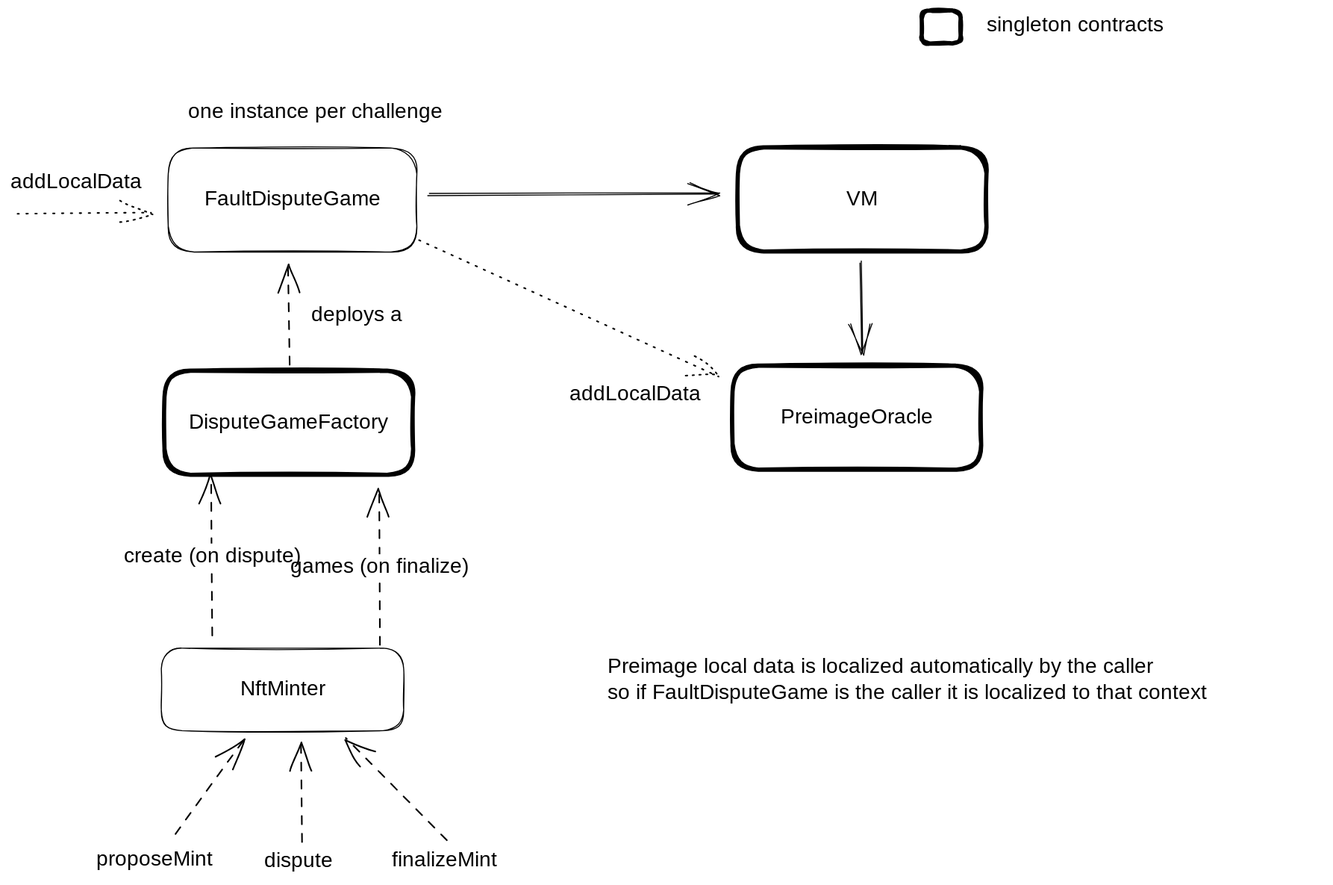
willemolding/ProofBoy keeps this Excalidraw diagram as docs/contract-architecture.excalidraw.svg. Above is the earlier version. Source tidied: one line per element, renumbered; positions are measured from the earlier drawing's top-left corner, leaving out a move shared by most shapes. Source of this version:
```json
{"id": 0, "type": "rectangle", "strokeColor": "#000000", "strokeWidth": 4, "roughness": 1, "round": true, "x": 147, "y": 345, "width": 238, "height": 100}
{"id": 1, "type": "text", "text": "DisputeGameFactory", "strokeColor": "#000000", "strokeWidth": 1, "roughness": 1, "fontSize": 20, "fontFamily": 1, "textAlign": "center", "verticalAlign": "middle", "inside": 0, "x": 165, "y": 382, "width": 202, "height": 25}
{"id": 2, "type": "rectangle", "strokeColor": "#000000", "strokeWidth": 1, "roughness": 1, "round": true, "x": 151, "y": 132, "width": 238, "height": 100}
{"id": 3, "type": "text", "text": "FaultDisputeGame", "strokeColor": "#000000", "strokeWidth": 1, "roughness": 1, "fontSize": 20, "fontFamily": 1, "textAlign": "center", "verticalAlign": "middle", "inside": 2, "x": 180, "y": 169, "width": 180, "height": 25}
{"id": 4, "type": "arrow", "strokeColor": "#000000", "strokeWidth": 1, "strokeStyle": "dashed", "roughness": 1, "endArrowhead": "arrow", "round": true, "from": 0, "to": 2, "x": 266, "y": 339, "width": 1, "height": 97, "points": [[0, 0], [-1, -97]]}
{"id": 5, "type": "text", "text": "deploys a", "strokeColor": "#000000", "strokeWidth": 1, "strokeStyle": "dashed", "roughness": 1, "fontSize": 20, "fontFamily": 1, "x": 287, "y": 279, "width": 92, "height": 25}
{"id": 6, "type": "rectangle", "strokeColor": "#000000", "strokeWidth": 4, "roughness": 1, "round": true, "x": 696, "y": 131, "width": 238, "height": 100}
{"id": 7, "type": "text", "text": "VM", "strokeColor": "#000000", "strokeWidth": 1, "roughness": 1, "fontSize": 20, "fontFamily": 1, "textAlign": "center", "verticalAlign": "middle", "inside": 6, "x": 802, "y": 168, "width": 26, "height": 25}
{"id": 8, "type": "arrow", "strokeColor": "#000000", "strokeWidth": 1, "roughness": 1, "endArrowhead": "arrow", "round": true, "from": 2, "to": 6, "x": 401, "y": 176, "width": 278, "height": 0, "points": [[0, 0], [278, 0]]}
{"id": 9, "type": "rectangle", "strokeColor": "#000000", "strokeWidth": 4, "roughness": 1, "round": true, "x": 691, "y": 340, "width": 238, "height": 100}
{"id": 10, "type": "text", "text": "PreimageOracle", "strokeColor": "#000000", "strokeWidth": 1, "roughness": 1, "fontSize": 20, "fontFamily": 1, "textAlign": "center", "verticalAlign": "middle", "inside": 9, "x": 737, "y": 377, "width": 147, "height": 25}
{"id": 11, "type": "arrow", "strokeColor": "#000000", "strokeWidth": 1, "roughness": 1, "endArrowhead": "arrow", "round": true, "from": 6, "to": 9, "x": 814, "y": 241, "width": 2, "height": 86, "points": [[0, 0], [2, 86]]}
{"id": 12, "type": "text", "text": "one instance per challenge", "strokeColor": "#000000", "strokeWidth": 2, "roughness": 1, "fontSize": 20, "fontFamily": 1, "x": 170, "y": 85, "width": 255, "height": 25}
{"id": 13, "type": "rectangle", "strokeColor": "#000000", "strokeWidth": 4, "roughness": 1, "round": true, "x": 872, "y": 0, "width": 37, "height": 32}
{"id": 14, "type": "text", "text": "singleton contracts", "strokeColor": "#000000", "strokeWidth": 4, "roughness": 1, "fontSize": 20, "fontFamily": 1, "x": 934, "y": 2, "width": 188, "height": 25}
{"id": 15, "type": "text", "text": "addLocalData", "strokeColor": "#000000", "strokeWidth": 4, "roughness": 1, "fontSize": 20, "fontFamily": 1, "x": 0, "y": 152, "width": 141, "height": 25}
{"id": 16, "type": "arrow", "strokeColor": "#000000", "strokeWidth": 1, "strokeStyle": "dotted", "roughness": 1, "endArrowhead": "arrow", "round": true, "from": 2, "to": 9, "x": 391, "y": 221, "width": 286, "height": 128, "points": [[0, 0], [286, 128]]}
{"id": 17, "type": "text", "text": "addLocalData", "strokeColor": "#000000", "strokeWidth": 4, "roughness": 1, "fontSize": 20, "fontFamily": 1, "x": 535, "y": 355, "width": 141, "height": 25}
{"id": 18, "type": "arrow", "strokeColor": "#000000", "strokeWidth": 1, "strokeStyle": "dotted", "roughness": 1, "endArrowhead": "arrow", "round": true, "to": 2, "x": 6, "y": 195, "width": 129, "height": 1, "points": [[0, 0], [129, -1]]}
{"id": 19, "type": "text", "text": "Preimage local data is localized automatically by the caller\nso if FaultDisputeGame is the caller it is localized to that context", "strokeColor": "#000000", "strokeWidth": 1, "strokeStyle": "dotted", "roughness": 1, "fontSize": 20, "fontFamily": 1, "x": 571, "y": 616, "width": 684, "height": 50}
{"id": 20, "type": "rectangle", "strokeColor": "#000000", "strokeWidth": 1, "roughness": 1, "round": true, "x": 144, "y": 610, "width": 232, "height": 79}
{"id": 21, "type": "text", "text": "NftMinter", "strokeColor": "#000000", "strokeWidth": 1, "roughness": 1, "fontSize": 20, "fontFamily": 1, "textAlign": "center", "verticalAlign": "middle", "inside": 20, "x": 213, "y": 637, "width": 94, "height": 25}
{"id": 22, "type": "arrow", "strokeColor": "#000000", "strokeWidth": 1, "strokeStyle": "dashed", "roughness": 1, "endArrowhead": "arrow", "round": true, "from": 23, "to": 20, "x": 159, "y": 789, "width": 65, "height": 89, "points": [[0, 0], [65, -89]]}
{"id": 23, "type": "text", "text": "proposeMint", "strokeColor": "#000000", "strokeWidth": 1, "strokeStyle": "dashed", "roughness": 1, "fontSize": 20, "fontFamily": 1, "x": 82, "y": 800, "width": 113, "height": 25}
{"id": 24, "type": "text", "text": "dispute", "strokeColor": "#000000", "strokeWidth": 1, "strokeStyle": "dashed", "roughness": 1, "fontSize": 20, "fontFamily": 1, "x": 242, "y": 802, "width": 70, "height": 25}
{"id": 25, "type": "text", "text": "finalizeMint", "strokeColor": "#000000", "strokeWidth": 1, "strokeStyle": "dashed", "roughness": 1, "fontSize": 20, "fontFamily": 1, "x": 365, "y": 801, "width": 109, "height": 25}
{"id": 26, "type": "arrow", "strokeColor": "#000000", "strokeWidth": 1, "strokeStyle": "dashed", "roughness": 1, "endArrowhead": "arrow", "round": true, "from": 24, "to": 20, "x": 280, "y": 796, "width": 2, "height": 96, "points": [[0, 0], [-2, -96]]}
{"id": 27, "type": "arrow", "strokeColor": "#000000", "strokeWidth": 1, "strokeStyle": "dashed", "roughness": 1, "endArrowhead": "arrow", "round": true, "from": 25, "to": 20, "x": 418, "y": 793, "width": 97, "height": 96, "points": [[0, 0], [-97, -96]]}
{"id": 28, "type": "arrow", "strokeColor": "#000000", "strokeWidth": 1, "strokeStyle": "dashed", "roughness": 1, "endArrowhead": "arrow", "round": true, "from": 20, "to": 0, "x": 193, "y": 599, "width": 1, "height": 153, "points": [[0, 0], [-1, -153]]}
{"id": 29, "type": "text", "text": "create (on dispute)", "strokeColor": "#000000", "strokeWidth": 1, "strokeStyle": "dashed", "roughness": 1, "fontSize": 20, "fontFamily": 1, "textAlign": "center", "verticalAlign": "middle", "inside": 28, "x": 98, "y": 510, "width": 191, "height": 25}
{"id": 30, "type": "arrow", "strokeColor": "#000000", "strokeWidth": 1, "strokeStyle": "dashed", "roughness": 1, "endArrowhead": "arrow", "round": true, "from": 20, "to": 0, "x": 354, "y": 608, "width": 0, "height": 150, "points": [[0, 0], [0, -150]]}
{"id": 31, "type": "text", "text": "games (on finalize)", "strokeColor": "#000000", "strokeWidth": 1, "strokeStyle": "dashed", "roughness": 1, "fontSize": 20, "fontFamily": 1, "textAlign": "center", "verticalAlign": "middle", "inside": 30, "x": 262, "y": 520, "width": 182, "height": 25}
```
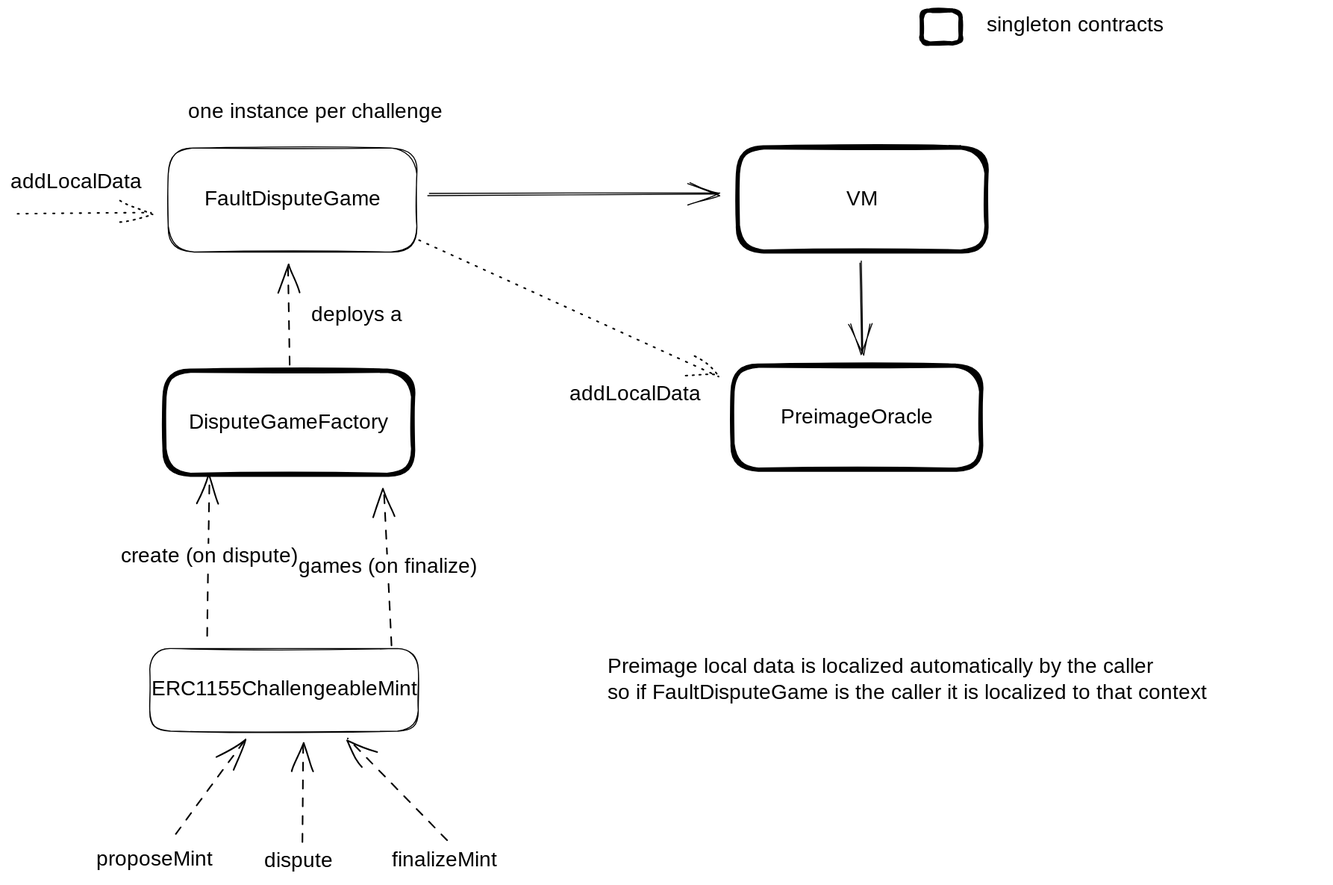
Later version of the same file.

Diff of the diagram source:
```diff
@@ -18,15 +18,15 @@
 {"id": 17, "type": "text", "text": "addLocalData", "strokeColor": "#000000", "strokeWidth": 4, "roughness": 1, "fontSize": 20, "fontFamily": 1, "x": 535, "y": 355, "width": 141, "height": 25}
 {"id": 18, "type": "arrow", "strokeColor": "#000000", "strokeWidth": 1, "strokeStyle": "dotted", "roughness": 1, "endArrowhead": "arrow", "round": true, "to": 2, "x": 6, "y": 195, "width": 129, "height": 1, "points": [[0, 0], [129, -1]]}
 {"id": 19, "type": "text", "text": "Preimage local data is localized automatically by the caller\nso if FaultDisputeGame is the caller it is localized to that context", "strokeColor": "#000000", "strokeWidth": 1, "strokeStyle": "dotted", "roughness": 1, "fontSize": 20, "fontFamily": 1, "x": 571, "y": 616, "width": 684, "height": 50}
-{"id": 20, "type": "rectangle", "strokeColor": "#000000", "strokeWidth": 1, "roughness": 1, "round": true, "x": 144, "y": 610, "width": 232, "height": 79}
+{"id": 20, "type": "rectangle", "strokeColor": "#000000", "strokeWidth": 1, "roughness": 1, "round": true, "x": 133, "y": 610, "width": 257, "height": 79}
-{"id": 21, "type": "text", "text": "NftMinter", "strokeColor": "#000000", "strokeWidth": 1, "roughness": 1, "fontSize": 20, "fontFamily": 1, "textAlign": "center", "verticalAlign": "middle", "inside": 20, "x": 213, "y": 637, "width": 94, "height": 25}
+{"id": 21, "type": "text", "text": "ERC1155ChallengeableMint", "strokeColor": "#000000", "strokeWidth": 1, "roughness": 1, "fontSize": 20, "fontFamily": 1, "textAlign": "center", "verticalAlign": "middle", "inside": 20, "x": 140, "y": 637, "width": 243, "height": 25}
 {"id": 22, "type": "arrow", "strokeColor": "#000000", "strokeWidth": 1, "strokeStyle": "dashed", "roughness": 1, "endArrowhead": "arrow", "round": true, "from": 23, "to": 20, "x": 159, "y": 789, "width": 65, "height": 89, "points": [[0, 0], [65, -89]]}
 {"id": 23, "type": "text", "text": "proposeMint", "strokeColor": "#000000", "strokeWidth": 1, "strokeStyle": "dashed", "roughness": 1, "fontSize": 20, "fontFamily": 1, "x": 82, "y": 800, "width": 113, "height": 25}
 {"id": 24, "type": "text", "text": "dispute", "strokeColor": "#000000", "strokeWidth": 1, "strokeStyle": "dashed", "roughness": 1, "fontSize": 20, "fontFamily": 1, "x": 242, "y": 802, "width": 70, "height": 25}
 {"id": 25, "type": "text", "text": "finalizeMint", "strokeColor": "#000000", "strokeWidth": 1, "strokeStyle": "dashed", "roughness": 1, "fontSize": 20, "fontFamily": 1, "x": 365, "y": 801, "width": 109, "height": 25}
-{"id": 26, "type": "arrow", "strokeColor": "#000000", "strokeWidth": 1, "strokeStyle": "dashed", "roughness": 1, "endArrowhead": "arrow", "round": true, "from": 24, "to": 20, "x": 280, "y": 796, "width": 2, "height": 96, "points": [[0, 0], [-2, -96]]}
+{"id": 26, "type": "arrow", "strokeColor": "#000000", "strokeWidth": 1, "strokeStyle": "dashed", "roughness": 1, "endArrowhead": "arrow", "round": true, "from": 24, "to": 20, "x": 280, "y": 796, "width": 0, "height": 95, "points": [[0, 0], [0, -95]]}
-{"id": 27, "type": "arrow", "strokeColor": "#000000", "strokeWidth": 1, "strokeStyle": "dashed", "roughness": 1, "endArrowhead": "arrow", "round": true, "from": 25, "to": 20, "x": 418, "y": 793, "width": 97, "height": 96, "points": [[0, 0], [-97, -96]]}
+{"id": 27, "type": "arrow", "strokeColor": "#000000", "strokeWidth": 1, "strokeStyle": "dashed", "roughness": 1, "endArrowhead": "arrow", "round": true, "from": 25, "to": 20, "x": 418, "y": 793, "width": 95, "height": 96, "points": [[0, 0], [-95, -96]]}
-{"id": 28, "type": "arrow", "strokeColor": "#000000", "strokeWidth": 1, "strokeStyle": "dashed", "roughness": 1, "endArrowhead": "arrow", "round": true, "from": 20, "to": 0, "x": 193, "y": 599, "width": 1, "height": 153, "points": [[0, 0], [-1, -153]]}
+{"id": 28, "type": "arrow", "strokeColor": "#000000", "strokeWidth": 1, "strokeStyle": "dashed", "roughness": 1, "endArrowhead": "arrow", "round": true, "from": 20, "to": 0, "x": 189, "y": 599, "width": 3, "height": 153, "points": [[0, 0], [3, -153]]}
 {"id": 29, "type": "text", "text": "create (on dispute)", "strokeColor": "#000000", "strokeWidth": 1, "strokeStyle": "dashed", "roughness": 1, "fontSize": 20, "fontFamily": 1, "textAlign": "center", "verticalAlign": "middle", "inside": 28, "x": 98, "y": 510, "width": 191, "height": 25}
-{"id": 30, "type": "arrow", "strokeColor": "#000000", "strokeWidth": 1, "strokeStyle": "dashed", "roughness": 1, "endArrowhead": "arrow", "round": true, "from": 20, "to": 0, "x": 354, "y": 608, "width": 0, "height": 150, "points": [[0, 0], [0, -150]]}
+{"id": 30, "type": "arrow", "strokeColor": "#000000", "strokeWidth": 1, "strokeStyle": "dashed", "roughness": 1, "endArrowhead": "arrow", "round": true, "from": 20, "to": 0, "x": 365, "y": 608, "width": 7, "height": 150, "points": [[0, 0], [-7, -150]]}
 {"id": 31, "type": "text", "text": "games (on finalize)", "strokeColor": "#000000", "strokeWidth": 1, "strokeStyle": "dashed", "roughness": 1, "fontSize": 20, "fontFamily": 1, "textAlign": "center", "verticalAlign": "middle", "inside": 30, "x": 262, "y": 520, "width": 182, "height": 25}
```
